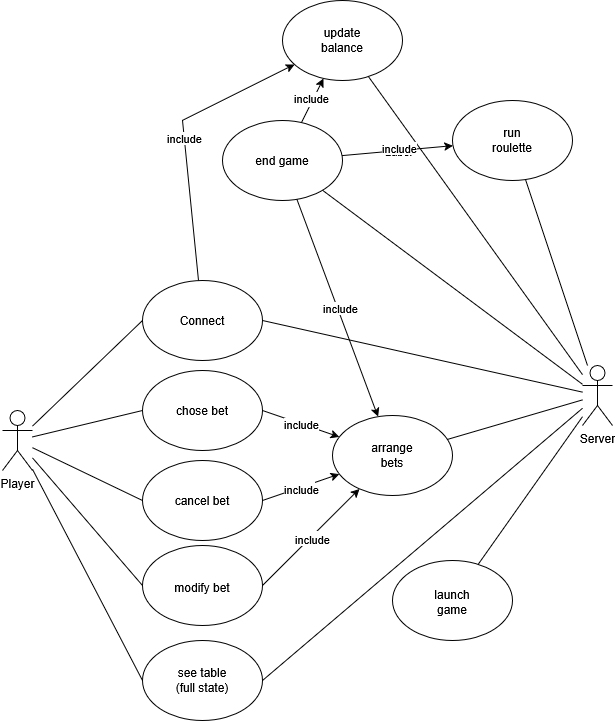
The draw.io diagram doc/diagram/usecase.drawio.png in RobinSteiger/ASAD, before a commit. Source tidied: cells renumbered, new cells last; positions are measured from the earlier drawing's top-left corner, leaving out a move shared by most shapes.
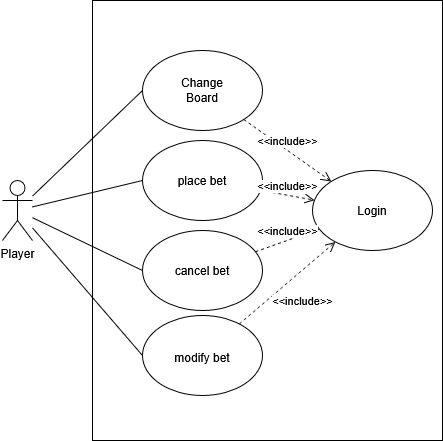
After the commit.

Commit message:
updated DFDand usecase diagrams

Change to the diagram source:
```diff
@@ -2,13 +2,16 @@
   <root>
     <mxCell id="0" />
     <mxCell id="1" parent="0" />
+    <mxCell id="55" style="rounded=0;whiteSpace=wrap;html=1;" parent="1" vertex="1">
+      <mxGeometry x="90" y="230" width="350" height="440" as="geometry" />
+    </mxCell>
     <mxCell id="2" value="&lt;div&gt;Player&lt;/div&gt;&lt;div&gt;&lt;br&gt;&lt;/div&gt;" style="shape=umlActor;verticalLabelPosition=bottom;verticalAlign=top;html=1;outlineConnect=0;" parent="1" vertex="1">
       <mxGeometry y="410" width="30" height="60" as="geometry" />
     </mxCell>
     <mxCell id="3" style="ellipse;whiteSpace=wrap;html=1;" parent="1" vertex="1">
       <mxGeometry x="140" y="370" width="120" height="80" as="geometry" />
     </mxCell>
-    <mxCell id="4" value="chose bet" style="text;html=1;whiteSpace=wrap;strokeColor=none;fillColor=none;align=center;verticalAlign=middle;rounded=0;" parent="1" vertex="1">
+    <mxCell id="4" value="place bet" style="text;html=1;whiteSpace=wrap;strokeColor=none;fillColor=none;align=center;verticalAlign=middle;rounded=0;" parent="1" vertex="1">
       <mxGeometry x="170" y="395" width="60" height="30" as="geometry" />
     </mxCell>
     <mxCell id="5" style="ellipse;whiteSpace=wrap;html=1;" parent="1" vertex="1">
@@ -20,18 +23,9 @@
     <mxCell id="7" style="ellipse;whiteSpace=wrap;html=1;" parent="1" vertex="1">
       <mxGeometry x="140" y="280" width="120" height="80" as="geometry" />
     </mxCell>
-    <mxCell id="8" value="Connect" style="text;html=1;whiteSpace=wrap;strokeColor=none;fillColor=none;align=center;verticalAlign=middle;rounded=0;" parent="1" vertex="1">
+    <mxCell id="8" value="Change Board" style="text;html=1;whiteSpace=wrap;strokeColor=none;fillColor=none;align=center;verticalAlign=middle;rounded=0;" parent="1" vertex="1">
       <mxGeometry x="170" y="305" width="60" height="30" as="geometry" />
     </mxCell>
-    <mxCell id="9" value="Server" style="shape=umlActor;verticalLabelPosition=bottom;verticalAlign=top;html=1;outlineConnect=0;" parent="1" vertex="1">
-      <mxGeometry x="580" y="365" width="30" height="60" as="geometry" />
-    </mxCell>
-    <mxCell id="10" style="ellipse;whiteSpace=wrap;html=1;" parent="1" vertex="1">
-      <mxGeometry x="140" y="640" width="120" height="80" as="geometry" />
-    </mxCell>
-    <mxCell id="11" value="see table (full state)" style="text;html=1;whiteSpace=wrap;strokeColor=none;fillColor=none;align=center;verticalAlign=middle;rounded=0;" parent="1" vertex="1">
-      <mxGeometry x="170" y="665" width="60" height="30" as="geometry" />
-    </mxCell>
     <mxCell id="12" style="endArrow=none;html=1;rounded=0;entryX=0;entryY=0.5;entryDx=0;entryDy=0;" parent="1" edge="1" source="2" target="7">
       <mxGeometry relative="1" as="geometry" />
     </mxCell>
@@ -41,135 +35,32 @@
     <mxCell id="14" style="endArrow=none;html=1;rounded=0;entryX=0;entryY=0.5;entryDx=0;entryDy=0;" parent="1" edge="1" source="2" target="5">
       <mxGeometry relative="1" as="geometry" />
     </mxCell>
-    <mxCell id="15" style="endArrow=none;html=1;rounded=0;entryX=0;entryY=0.5;entryDx=0;entryDy=0;" parent="1" edge="1" source="2" target="10">
-      <mxGeometry relative="1" as="geometry" />
-    </mxCell>
-    <mxCell id="16" style="ellipse;whiteSpace=wrap;html=1;" parent="1" vertex="1">
-      <mxGeometry x="330" y="415" width="120" height="80" as="geometry" />
-    </mxCell>
-    <mxCell id="17" value="arrange bets" style="text;html=1;whiteSpace=wrap;strokeColor=none;fillColor=none;align=center;verticalAlign=middle;rounded=0;" parent="1" vertex="1">
-      <mxGeometry x="360" y="440" width="60" height="30" as="geometry" />
-    </mxCell>
-    <mxCell id="18" style="endArrow=classic;html=1;rounded=0;exitX=1;exitY=0.5;exitDx=0;exitDy=0;" parent="1" edge="1" source="5" target="16">
-      <mxGeometry relative="1" as="geometry" />
-    </mxCell>
-    <mxCell id="19" value="Label" style="edgeLabel;html=1;align=center;verticalAlign=middle;" parent="18" vertex="1">
-      <mxGeometry relative="1" as="geometry" />
-    </mxCell>
-    <mxCell id="20" value="include" style="edgeLabel;html=1;align=center;verticalAlign=middle;" parent="18" vertex="1">
-      <mxGeometry x="-0.01" y="-2" relative="1" as="geometry" />
-    </mxCell>
-    <mxCell id="21" style="endArrow=classic;html=1;rounded=0;exitX=1;exitY=0.5;exitDx=0;exitDy=0;" parent="1" edge="1" source="3" target="16">
-      <mxGeometry relative="1" as="geometry" />
-    </mxCell>
-    <mxCell id="22" value="include" style="edgeLabel;html=1;align=center;verticalAlign=middle;" parent="21" vertex="1">
-      <mxGeometry relative="1" as="geometry" />
-    </mxCell>
-    <mxCell id="23" style="endArrow=none;html=1;rounded=0;exitX=1;exitY=0.5;exitDx=0;exitDy=0;" parent="1" edge="1" source="10" target="9">
-      <mxGeometry relative="1" as="geometry" />
-    </mxCell>
-    <mxCell id="24" style="endArrow=none;html=1;rounded=0;exitX=1;exitY=0.5;exitDx=0;exitDy=0;" parent="1" edge="1" source="7" target="9">
-      <mxGeometry relative="1" as="geometry" />
-    </mxCell>
-    <mxCell id="25" style="endArrow=none;html=1;rounded=0;" parent="1" edge="1" source="9" target="16">
-      <mxGeometry relative="1" as="geometry" />
-    </mxCell>
-    <mxCell id="26" style="ellipse;whiteSpace=wrap;html=1;" parent="1" vertex="1">
-      <mxGeometry x="390" y="560" width="120" height="80" as="geometry" />
-    </mxCell>
-    <mxCell id="27" value="launch game" style="text;html=1;whiteSpace=wrap;strokeColor=none;fillColor=none;align=center;verticalAlign=middle;rounded=0;" parent="1" vertex="1">
-      <mxGeometry x="420" y="587" width="60" height="30" as="geometry" />
-    </mxCell>
-    <mxCell id="28" style="ellipse;whiteSpace=wrap;html=1;" parent="1" vertex="1">
-      <mxGeometry x="220" y="120" width="120" height="80" as="geometry" />
-    </mxCell>
-    <mxCell id="29" value="end game" style="text;html=1;whiteSpace=wrap;strokeColor=none;fillColor=none;align=center;verticalAlign=middle;rounded=0;" parent="1" vertex="1">
-      <mxGeometry x="250" y="145" width="60" height="30" as="geometry" />
-    </mxCell>
-    <mxCell id="30" style="ellipse;whiteSpace=wrap;html=1;" parent="1" vertex="1">
-      <mxGeometry x="450" y="100" width="120" height="80" as="geometry" />
-    </mxCell>
-    <mxCell id="31" value="run roulette" style="text;html=1;whiteSpace=wrap;strokeColor=none;fillColor=none;align=center;verticalAlign=middle;rounded=0;" parent="1" vertex="1">
-      <mxGeometry x="480" y="125" width="60" height="30" as="geometry" />
-    </mxCell>
-    <mxCell id="32" style="ellipse;whiteSpace=wrap;html=1;" parent="1" vertex="1">
-      <mxGeometry x="280" width="120" height="80" as="geometry" />
-    </mxCell>
-    <mxCell id="33" value="update balance" style="text;html=1;whiteSpace=wrap;strokeColor=none;fillColor=none;align=center;verticalAlign=middle;rounded=0;" parent="1" vertex="1">
-      <mxGeometry x="310" y="25" width="60" height="30" as="geometry" />
-    </mxCell>
-    <mxCell id="34" style="endArrow=none;html=1;rounded=0;" parent="1" edge="1" source="26" target="9">
-      <mxGeometry relative="1" as="geometry" />
-    </mxCell>
-    <mxCell id="35" style="endArrow=none;html=1;rounded=0;" parent="1" edge="1" source="28" target="9">
-      <mxGeometry relative="1" as="geometry" />
-    </mxCell>
-    <mxCell id="36" style="endArrow=none;html=1;rounded=0;" parent="1" edge="1" source="32" target="9">
-      <mxGeometry relative="1" as="geometry" />
-    </mxCell>
-    <mxCell id="37" style="endArrow=classic;html=1;rounded=0;" parent="1" edge="1" source="28" target="30">
-      <mxGeometry relative="1" as="geometry" />
-    </mxCell>
-    <mxCell id="38" value="Label" style="edgeLabel;html=1;align=center;verticalAlign=middle;" parent="37" vertex="1">
-      <mxGeometry relative="1" as="geometry" />
-    </mxCell>
-    <mxCell id="39" value="include" style="edgeLabel;html=1;align=center;verticalAlign=middle;" parent="37" vertex="1">
-      <mxGeometry x="0.01" y="2" relative="1" as="geometry">
-        <mxPoint y="-1" as="offset" />
-      </mxGeometry>
-    </mxCell>
-    <mxCell id="40" style="endArrow=classic;html=1;rounded=0;" parent="1" edge="1" source="28" target="32">
-      <mxGeometry relative="1" as="geometry" />
-    </mxCell>
-    <mxCell id="41" value="Label" style="edgeLabel;html=1;align=center;verticalAlign=middle;" parent="40" vertex="1">
-      <mxGeometry relative="1" as="geometry" />
-    </mxCell>
-    <mxCell id="42" value="include" style="edgeLabel;html=1;align=center;verticalAlign=middle;" parent="40" vertex="1">
-      <mxGeometry x="0.01" y="2" relative="1" as="geometry">
-        <mxPoint y="-1" as="offset" />
-      </mxGeometry>
-    </mxCell>
-    <mxCell id="43" style="endArrow=classic;html=1;rounded=0;" parent="1" edge="1" source="28" target="16">
-      <mxGeometry relative="1" as="geometry" />
-    </mxCell>
-    <mxCell id="44" value="Label" style="edgeLabel;html=1;align=center;verticalAlign=middle;" parent="43" vertex="1">
-      <mxGeometry relative="1" as="geometry" />
-    </mxCell>
-    <mxCell id="45" value="include" style="edgeLabel;html=1;align=center;verticalAlign=middle;" parent="43" vertex="1">
-      <mxGeometry x="0.01" y="2" relative="1" as="geometry">
-        <mxPoint y="-1" as="offset" />
-      </mxGeometry>
-    </mxCell>
-    <mxCell id="46" style="endArrow=classic;html=1;rounded=0;" parent="1" edge="1" source="7" target="32">
-      <mxGeometry relative="1" as="geometry">
-        <Array as="points">
-          <mxPoint x="180" y="120" />
-        </Array>
-      </mxGeometry>
-    </mxCell>
-    <mxCell id="47" value="include" style="edgeLabel;html=1;align=center;verticalAlign=middle;" parent="46" vertex="1">
-      <mxGeometry relative="1" as="geometry" />
-    </mxCell>
     <mxCell id="48" style="ellipse;whiteSpace=wrap;html=1;" parent="1" vertex="1">
       <mxGeometry x="140" y="545" width="120" height="80" as="geometry" />
     </mxCell>
     <mxCell id="49" value="modify bet" style="text;html=1;whiteSpace=wrap;strokeColor=none;fillColor=none;align=center;verticalAlign=middle;rounded=0;" parent="1" vertex="1">
       <mxGeometry x="170" y="572" width="60" height="30" as="geometry" />
     </mxCell>
-    <mxCell id="50" style="endArrow=classic;html=1;rounded=0;exitX=1;exitY=0.5;exitDx=0;exitDy=0;" parent="1" edge="1" source="48" target="16">
-      <mxGeometry relative="1" as="geometry" />
-    </mxCell>
-    <mxCell id="51" value="Label" style="edgeLabel;html=1;align=center;verticalAlign=middle;" parent="50" vertex="1">
-      <mxGeometry relative="1" as="geometry" />
-    </mxCell>
-    <mxCell id="52" value="include" style="edgeLabel;html=1;align=center;verticalAlign=middle;" parent="50" vertex="1">
-      <mxGeometry x="-0.01" y="-2" relative="1" as="geometry" />
-    </mxCell>
     <mxCell id="53" style="endArrow=none;html=1;rounded=0;entryX=0;entryY=0.5;entryDx=0;entryDy=0;" parent="1" edge="1" source="2" target="48">
       <mxGeometry relative="1" as="geometry" />
     </mxCell>
-    <mxCell id="54" style="endArrow=none;html=1;rounded=0;" parent="1" edge="1" source="30" target="9">
-      <mxGeometry relative="1" as="geometry" />
-    </mxCell>
+    <mxCell id="56" style="ellipse;whiteSpace=wrap;html=1;" parent="1" vertex="1">
+      <mxGeometry x="310" y="400" width="120" height="80" as="geometry" />
+    </mxCell>
+    <mxCell id="57" value="Login" style="text;html=1;whiteSpace=wrap;strokeColor=none;fillColor=none;align=center;verticalAlign=middle;rounded=0;" parent="1" vertex="1">
+      <mxGeometry x="340" y="425" width="60" height="30" as="geometry" />
+    </mxCell>
+    <mxCell id="58" value="&amp;lt;&amp;lt;include&amp;gt;&amp;gt;" style="html=1;verticalAlign=bottom;endArrow=open;dashed=1;endSize=8;curved=0;rounded=0;" parent="1" edge="1" source="48" target="56">
+      <mxGeometry x="-0.1" y="-31" relative="1" as="geometry" />
+    </mxCell>
+    <mxCell id="59" value="&amp;lt;&amp;lt;include&amp;gt;&amp;gt;" style="html=1;verticalAlign=bottom;endArrow=open;dashed=1;endSize=8;curved=0;rounded=0;" parent="1" edge="1" source="7" target="56">
+      <mxGeometry relative="1" as="geometry" />
+    </mxCell>
+    <mxCell id="60" value="&amp;lt;&amp;lt;include&amp;gt;&amp;gt;" style="html=1;verticalAlign=bottom;endArrow=open;dashed=1;endSize=8;curved=0;rounded=0;" parent="1" edge="1" source="3" target="56">
+      <mxGeometry relative="1" as="geometry" />
+    </mxCell>
+    <mxCell id="61" value="&amp;lt;&amp;lt;include&amp;gt;&amp;gt;" style="html=1;verticalAlign=bottom;endArrow=open;dashed=1;endSize=8;curved=0;rounded=0;" parent="1" edge="1" source="5" target="56">
+      <mxGeometry relative="1" as="geometry" />
+    </mxCell>
   </root>
 </mxGraphModel>
```
